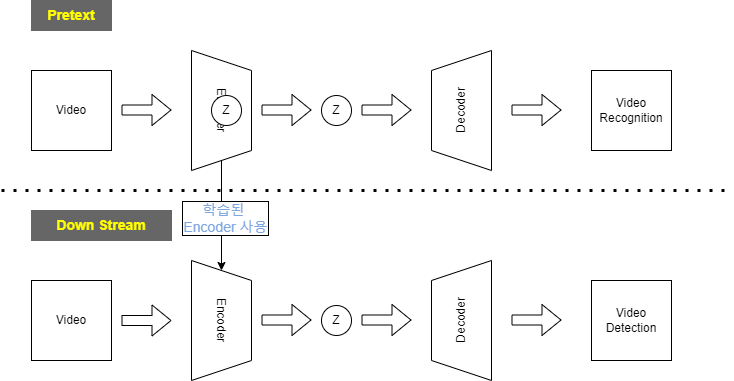
The draw.io diagram 연구주제.drawio.png in Kyoungrae-Noh/Self-Supervised-Learning, before a commit. Source tidied: cells renumbered, new cells last; positions are measured from the earlier drawing's top-left corner, leaving out a move shared by most shapes.
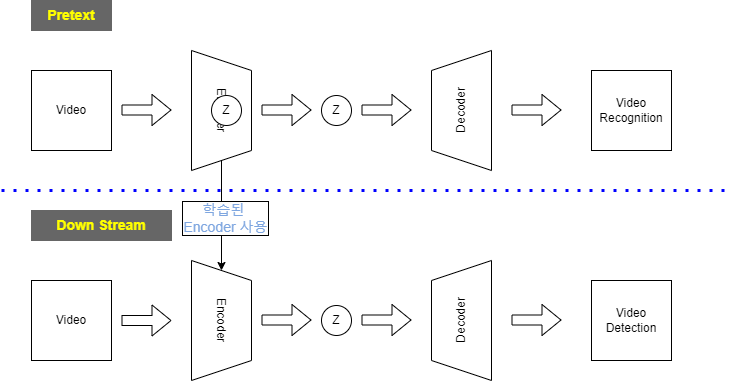
Later version of the same file.

Commit message:
연구주제.drawio.png 업데이트

Change to the diagram source:
```diff
@@ -99,7 +99,7 @@
         <mxPoint x="410" y="319.5" as="targetPoint" />
       </mxGeometry>
     </mxCell>
-    <mxCell id="25" style="endArrow=none;dashed=1;html=1;dashPattern=1 3;strokeWidth=3;rounded=0;fontSize=14;fontColor=#7EA6E0;fillColor=#FFFFFF;" parent="1" edge="1">
+    <mxCell id="25" style="endArrow=none;html=1;dashed=1;dashPattern=1 3;fontFamily=Helvetica;fontSize=14;fontColor=#7EA6E0;align=center;strokeColor=#0000FF;strokeWidth=3;fillColor=#FFFFFF;" parent="1" edge="1">
       <mxGeometry relative="1" as="geometry">
         <mxPoint y="190" as="sourcePoint" />
         <mxPoint x="730" y="190" as="targetPoint" />
```
